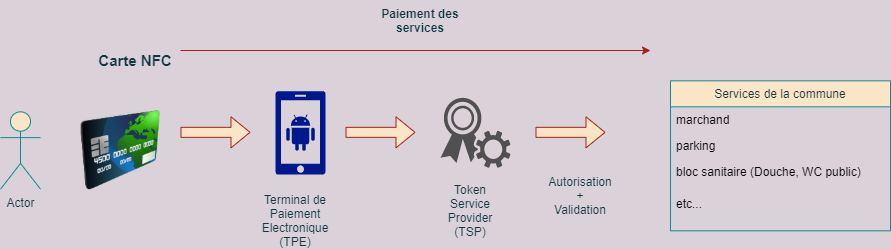
This is image/Untitled Diagram.png from vetsonombana/diagram, a draw.io export, as it was before one commit. Source tidied: cells renumbered, new cells last; positions are measured from the earlier drawing's top-left corner, leaving out a move shared by most shapes. Source of this version:
```xml
<mxGraphModel background="#DAD2D8">
  <root>
    <mxCell id="0" />
    <mxCell id="1" parent="0" />
    <mxCell id="2" value="Actor" style="shape=umlActor;verticalLabelPosition=bottom;verticalAlign=top;html=1;fillColor=#FAE5C7;strokeColor=#0F8B8D;fontColor=#143642;" parent="1" vertex="1">
      <mxGeometry y="111.3" width="40" height="77.3" as="geometry" />
    </mxCell>
    <mxCell id="3" style="image;html=1;image=img/lib/clip_art/finance/Credit_Card_128x128.png;labelBackgroundColor=#DAD2D8;fillColor=#FAE5C7;strokeColor=#0F8B8D;fontColor=#143642;" parent="1" vertex="1">
      <mxGeometry x="80" y="110" width="80" height="80" as="geometry" />
    </mxCell>
    <mxCell id="4" value="&lt;b&gt;&lt;font style=&quot;font-size: 15px&quot;&gt;Carte NFC&lt;/font&gt;&lt;/b&gt;" style="text;html=1;strokeColor=none;fillColor=none;align=center;verticalAlign=middle;whiteSpace=wrap;rounded=0;sketch=0;fontColor=#143642;" parent="1" vertex="1">
      <mxGeometry x="90" y="50" width="90" height="20" as="geometry" />
    </mxCell>
    <mxCell id="5" style="shape=flexArrow;endArrow=classic;html=1;fontColor=#143642;strokeColor=#A8201A;fillColor=#FAE5C7;" parent="1" edge="1">
      <mxGeometry relative="1" as="geometry">
        <mxPoint x="180" y="131.8" as="sourcePoint" />
        <mxPoint x="250" y="131.8" as="targetPoint" />
      </mxGeometry>
    </mxCell>
    <mxCell id="6" value="Services de la commune" style="swimlane;fontStyle=0;horizontal=1;startSize=26;rounded=0;sketch=0;fontColor=#143642;strokeColor=#0F8B8D;fillColor=#FAE5C7;" parent="1" vertex="1">
      <mxGeometry x="670" y="80.3" width="220" height="150" as="geometry" />
    </mxCell>
    <mxCell id="7" value="marchand" style="text;strokeColor=none;fillColor=none;align=left;verticalAlign=top;spacingLeft=4;spacingRight=4;overflow=hidden;" parent="6" vertex="1">
      <mxGeometry y="26" width="220" height="26" as="geometry" />
    </mxCell>
    <mxCell id="8" value="parking" style="text;strokeColor=none;fillColor=none;align=left;verticalAlign=top;spacingLeft=4;spacingRight=4;overflow=hidden;" parent="6" vertex="1">
      <mxGeometry y="52" width="220" height="26" as="geometry" />
    </mxCell>
    <mxCell id="9" value="bloc sanitaire (Douche, WC public)" style="text;strokeColor=none;fillColor=none;align=left;verticalAlign=top;spacingLeft=4;spacingRight=4;overflow=hidden;" parent="6" vertex="1">
      <mxGeometry y="78" width="220" height="32" as="geometry" />
    </mxCell>
    <mxCell id="10" value="etc..." style="text;strokeColor=none;fillColor=none;align=left;verticalAlign=top;spacingLeft=4;spacingRight=4;overflow=hidden;" parent="6" vertex="1">
      <mxGeometry y="110" width="220" height="40" as="geometry" />
    </mxCell>
    <mxCell id="11" value="&lt;b&gt;Paiement des services&lt;/b&gt;" style="text;html=1;strokeColor=none;fillColor=none;align=center;verticalAlign=middle;whiteSpace=wrap;rounded=0;sketch=0;fontColor=#143642;" parent="1" vertex="1">
      <mxGeometry x="380" width="80" height="40" as="geometry" />
    </mxCell>
    <mxCell id="12" style="shadow=0;dashed=0;html=1;strokeColor=none;labelPosition=center;verticalLabelPosition=bottom;verticalAlign=top;align=center;fillColor=#00188D;shape=mxgraph.mscae.enterprise.android_phone;rounded=0;sketch=0;fontColor=#143642;" parent="1" vertex="1">
      <mxGeometry x="275" y="90.7" width="50" height="83.3" as="geometry" />
    </mxCell>
    <mxCell id="13" value="Terminal de Paiement Electronique (TPE)&lt;br&gt;" style="text;html=1;strokeColor=none;fillColor=none;align=center;verticalAlign=middle;whiteSpace=wrap;rounded=0;sketch=0;fontColor=#143642;" parent="1" vertex="1">
      <mxGeometry x="275" y="210" width="40" height="20" as="geometry" />
    </mxCell>
    <mxCell id="14" style="shape=flexArrow;endArrow=classic;html=1;fontColor=#143642;strokeColor=#A8201A;fillColor=#FAE5C7;" parent="1" edge="1">
      <mxGeometry relative="1" as="geometry">
        <mxPoint x="345" y="131.8" as="sourcePoint" />
        <mxPoint x="415" y="131.8" as="targetPoint" />
      </mxGeometry>
    </mxCell>
    <mxCell id="15" style="shadow=0;dashed=0;html=1;strokeColor=none;fillColor=#505050;labelPosition=center;verticalLabelPosition=bottom;verticalAlign=top;align=center;shape=mxgraph.office.security.token_service;rounded=0;sketch=0;fontColor=#143642;" parent="1" vertex="1">
      <mxGeometry x="440" y="97.3" width="70" height="70" as="geometry" />
    </mxCell>
    <mxCell id="16" value="Token Service Provider&lt;br&gt;(TSP)" style="text;html=1;strokeColor=none;fillColor=none;align=center;verticalAlign=middle;whiteSpace=wrap;rounded=0;sketch=0;fontColor=#143642;" parent="1" vertex="1">
      <mxGeometry x="450" y="200" width="40" height="20" as="geometry" />
    </mxCell>
    <mxCell id="17" style="shape=flexArrow;endArrow=classic;html=1;fontColor=#143642;strokeColor=#A8201A;fillColor=#FAE5C7;" parent="1" edge="1">
      <mxGeometry relative="1" as="geometry">
        <mxPoint x="535" y="131.8" as="sourcePoint" />
        <mxPoint x="605" y="131.8" as="targetPoint" />
      </mxGeometry>
    </mxCell>
    <mxCell id="18" value="Autorisation&lt;br&gt;+&lt;br&gt;Validation" style="text;html=1;strokeColor=none;fillColor=none;align=center;verticalAlign=middle;whiteSpace=wrap;rounded=0;sketch=0;fontColor=#143642;" parent="1" vertex="1">
      <mxGeometry x="510" y="160" width="140" height="70" as="geometry" />
    </mxCell>
    <mxCell id="19" style="endArrow=classic;html=1;fontColor=#143642;strokeColor=#A8201A;fillColor=#FAE5C7;exitX=1;exitY=0;exitDx=0;exitDy=0;" parent="1" edge="1" source="4">
      <mxGeometry relative="1" as="geometry">
        <mxPoint x="650" y="50" as="targetPoint" />
      </mxGeometry>
    </mxCell>
  </root>
</mxGraphModel>
```
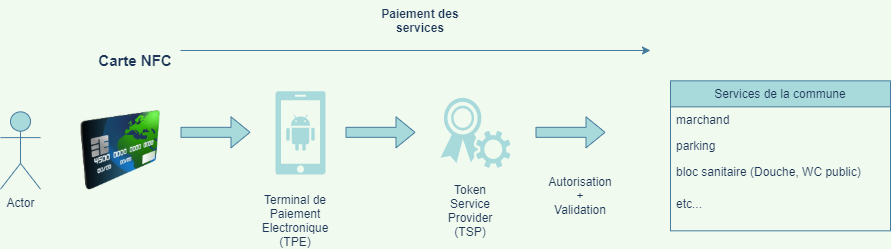
After the commit.

What changed in the source:
```diff
@@ -1,68 +1,68 @@
-<mxGraphModel background="#DAD2D8">
+<mxGraphModel background="#F1FAEE">
   <root>
     <mxCell id="0" />
     <mxCell id="1" parent="0" />
-    <mxCell id="2" value="Actor" style="shape=umlActor;verticalLabelPosition=bottom;verticalAlign=top;html=1;fillColor=#FAE5C7;strokeColor=#0F8B8D;fontColor=#143642;" parent="1" vertex="1">
+    <mxCell id="2" value="Actor" style="shape=umlActor;verticalLabelPosition=bottom;verticalAlign=top;html=1;fillColor=#A8DADC;strokeColor=#457B9D;fontColor=#1D3557;" parent="1" vertex="1">
       <mxGeometry y="111.3" width="40" height="77.3" as="geometry" />
     </mxCell>
-    <mxCell id="3" style="image;html=1;image=img/lib/clip_art/finance/Credit_Card_128x128.png;labelBackgroundColor=#DAD2D8;fillColor=#FAE5C7;strokeColor=#0F8B8D;fontColor=#143642;" parent="1" vertex="1">
+    <mxCell id="3" style="image;html=1;image=img/lib/clip_art/finance/Credit_Card_128x128.png;fillColor=#A8DADC;strokeColor=#457B9D;fontColor=#1D3557;labelBackgroundColor=#F1FAEE;" parent="1" vertex="1">
       <mxGeometry x="80" y="110" width="80" height="80" as="geometry" />
     </mxCell>
-    <mxCell id="4" value="&lt;b&gt;&lt;font style=&quot;font-size: 15px&quot;&gt;Carte NFC&lt;/font&gt;&lt;/b&gt;" style="text;html=1;strokeColor=none;fillColor=none;align=center;verticalAlign=middle;whiteSpace=wrap;rounded=0;sketch=0;fontColor=#143642;" parent="1" vertex="1">
+    <mxCell id="4" value="&lt;b&gt;&lt;font style=&quot;font-size: 15px&quot;&gt;Carte NFC&lt;/font&gt;&lt;/b&gt;" style="text;html=1;strokeColor=none;fillColor=none;align=center;verticalAlign=middle;whiteSpace=wrap;rounded=0;sketch=0;fontColor=#1D3557;" parent="1" vertex="1">
       <mxGeometry x="90" y="50" width="90" height="20" as="geometry" />
     </mxCell>
-    <mxCell id="5" style="shape=flexArrow;endArrow=classic;html=1;fontColor=#143642;strokeColor=#A8201A;fillColor=#FAE5C7;" parent="1" edge="1">
+    <mxCell id="5" style="shape=flexArrow;endArrow=classic;html=1;fontColor=#1D3557;strokeColor=#457B9D;fillColor=#A8DADC;labelBackgroundColor=#F1FAEE;" parent="1" edge="1">
       <mxGeometry relative="1" as="geometry">
         <mxPoint x="180" y="131.8" as="sourcePoint" />
         <mxPoint x="250" y="131.8" as="targetPoint" />
       </mxGeometry>
     </mxCell>
-    <mxCell id="6" value="Services de la commune" style="swimlane;fontStyle=0;horizontal=1;startSize=26;rounded=0;sketch=0;fontColor=#143642;strokeColor=#0F8B8D;fillColor=#FAE5C7;" parent="1" vertex="1">
+    <mxCell id="6" value="Services de la commune" style="swimlane;fontStyle=0;horizontal=1;startSize=26;rounded=0;sketch=0;fontColor=#1D3557;strokeColor=#457B9D;fillColor=#A8DADC;" parent="1" vertex="1">
       <mxGeometry x="670" y="80.3" width="220" height="150" as="geometry" />
     </mxCell>
-    <mxCell id="7" value="marchand" style="text;strokeColor=none;fillColor=none;align=left;verticalAlign=top;spacingLeft=4;spacingRight=4;overflow=hidden;" parent="6" vertex="1">
+    <mxCell id="7" value="marchand" style="text;strokeColor=none;fillColor=none;align=left;verticalAlign=top;spacingLeft=4;spacingRight=4;overflow=hidden;fontColor=#1D3557;" parent="6" vertex="1">
       <mxGeometry y="26" width="220" height="26" as="geometry" />
     </mxCell>
-    <mxCell id="8" value="parking" style="text;strokeColor=none;fillColor=none;align=left;verticalAlign=top;spacingLeft=4;spacingRight=4;overflow=hidden;" parent="6" vertex="1">
+    <mxCell id="8" value="parking" style="text;strokeColor=none;fillColor=none;align=left;verticalAlign=top;spacingLeft=4;spacingRight=4;overflow=hidden;fontColor=#1D3557;" parent="6" vertex="1">
       <mxGeometry y="52" width="220" height="26" as="geometry" />
     </mxCell>
-    <mxCell id="9" value="bloc sanitaire (Douche, WC public)" style="text;strokeColor=none;fillColor=none;align=left;verticalAlign=top;spacingLeft=4;spacingRight=4;overflow=hidden;" parent="6" vertex="1">
+    <mxCell id="9" value="bloc sanitaire (Douche, WC public)" style="text;strokeColor=none;fillColor=none;align=left;verticalAlign=top;spacingLeft=4;spacingRight=4;overflow=hidden;fontColor=#1D3557;" parent="6" vertex="1">
       <mxGeometry y="78" width="220" height="32" as="geometry" />
     </mxCell>
-    <mxCell id="10" value="etc..." style="text;strokeColor=none;fillColor=none;align=left;verticalAlign=top;spacingLeft=4;spacingRight=4;overflow=hidden;" parent="6" vertex="1">
+    <mxCell id="10" value="etc..." style="text;strokeColor=none;fillColor=none;align=left;verticalAlign=top;spacingLeft=4;spacingRight=4;overflow=hidden;fontColor=#1D3557;" parent="6" vertex="1">
       <mxGeometry y="110" width="220" height="40" as="geometry" />
     </mxCell>
-    <mxCell id="11" value="&lt;b&gt;Paiement des services&lt;/b&gt;" style="text;html=1;strokeColor=none;fillColor=none;align=center;verticalAlign=middle;whiteSpace=wrap;rounded=0;sketch=0;fontColor=#143642;" parent="1" vertex="1">
+    <mxCell id="11" value="&lt;b&gt;Paiement des services&lt;/b&gt;" style="text;html=1;strokeColor=none;fillColor=none;align=center;verticalAlign=middle;whiteSpace=wrap;rounded=0;sketch=0;fontColor=#1D3557;" parent="1" vertex="1">
       <mxGeometry x="380" width="80" height="40" as="geometry" />
     </mxCell>
-    <mxCell id="12" style="shadow=0;dashed=0;html=1;strokeColor=none;labelPosition=center;verticalLabelPosition=bottom;verticalAlign=top;align=center;fillColor=#00188D;shape=mxgraph.mscae.enterprise.android_phone;rounded=0;sketch=0;fontColor=#143642;" parent="1" vertex="1">
+    <mxCell id="12" style="shadow=0;dashed=0;html=1;strokeColor=none;labelPosition=center;verticalLabelPosition=bottom;verticalAlign=top;align=center;fillColor=#A8DADC;shape=mxgraph.mscae.enterprise.android_phone;rounded=0;sketch=0;fontColor=#1D3557;" parent="1" vertex="1">
       <mxGeometry x="275" y="90.7" width="50" height="83.3" as="geometry" />
     </mxCell>
-    <mxCell id="13" value="Terminal de Paiement Electronique (TPE)&lt;br&gt;" style="text;html=1;strokeColor=none;fillColor=none;align=center;verticalAlign=middle;whiteSpace=wrap;rounded=0;sketch=0;fontColor=#143642;" parent="1" vertex="1">
+    <mxCell id="13" value="Terminal de Paiement Electronique (TPE)&lt;br&gt;" style="text;html=1;strokeColor=none;fillColor=none;align=center;verticalAlign=middle;whiteSpace=wrap;rounded=0;sketch=0;fontColor=#1D3557;" parent="1" vertex="1">
       <mxGeometry x="275" y="210" width="40" height="20" as="geometry" />
     </mxCell>
-    <mxCell id="14" style="shape=flexArrow;endArrow=classic;html=1;fontColor=#143642;strokeColor=#A8201A;fillColor=#FAE5C7;" parent="1" edge="1">
+    <mxCell id="14" style="shape=flexArrow;endArrow=classic;html=1;fontColor=#1D3557;strokeColor=#457B9D;fillColor=#A8DADC;labelBackgroundColor=#F1FAEE;" parent="1" edge="1">
       <mxGeometry relative="1" as="geometry">
         <mxPoint x="345" y="131.8" as="sourcePoint" />
         <mxPoint x="415" y="131.8" as="targetPoint" />
       </mxGeometry>
     </mxCell>
-    <mxCell id="15" style="shadow=0;dashed=0;html=1;strokeColor=none;fillColor=#505050;labelPosition=center;verticalLabelPosition=bottom;verticalAlign=top;align=center;shape=mxgraph.office.security.token_service;rounded=0;sketch=0;fontColor=#143642;" parent="1" vertex="1">
+    <mxCell id="15" style="shadow=0;dashed=0;html=1;strokeColor=none;fillColor=#A8DADC;labelPosition=center;verticalLabelPosition=bottom;verticalAlign=top;align=center;shape=mxgraph.office.security.token_service;rounded=0;sketch=0;fontColor=#1D3557;" parent="1" vertex="1">
       <mxGeometry x="440" y="97.3" width="70" height="70" as="geometry" />
     </mxCell>
-    <mxCell id="16" value="Token Service Provider&lt;br&gt;(TSP)" style="text;html=1;strokeColor=none;fillColor=none;align=center;verticalAlign=middle;whiteSpace=wrap;rounded=0;sketch=0;fontColor=#143642;" parent="1" vertex="1">
+    <mxCell id="16" value="Token Service Provider&lt;br&gt;(TSP)" style="text;html=1;strokeColor=none;fillColor=none;align=center;verticalAlign=middle;whiteSpace=wrap;rounded=0;sketch=0;fontColor=#1D3557;" parent="1" vertex="1">
       <mxGeometry x="450" y="200" width="40" height="20" as="geometry" />
     </mxCell>
-    <mxCell id="17" style="shape=flexArrow;endArrow=classic;html=1;fontColor=#143642;strokeColor=#A8201A;fillColor=#FAE5C7;" parent="1" edge="1">
+    <mxCell id="17" style="shape=flexArrow;endArrow=classic;html=1;fontColor=#1D3557;strokeColor=#457B9D;fillColor=#A8DADC;labelBackgroundColor=#F1FAEE;" parent="1" edge="1">
       <mxGeometry relative="1" as="geometry">
         <mxPoint x="535" y="131.8" as="sourcePoint" />
         <mxPoint x="605" y="131.8" as="targetPoint" />
       </mxGeometry>
     </mxCell>
-    <mxCell id="18" value="Autorisation&lt;br&gt;+&lt;br&gt;Validation" style="text;html=1;strokeColor=none;fillColor=none;align=center;verticalAlign=middle;whiteSpace=wrap;rounded=0;sketch=0;fontColor=#143642;" parent="1" vertex="1">
+    <mxCell id="18" value="Autorisation&lt;br&gt;+&lt;br&gt;Validation" style="text;html=1;strokeColor=none;fillColor=none;align=center;verticalAlign=middle;whiteSpace=wrap;rounded=0;sketch=0;fontColor=#1D3557;" parent="1" vertex="1">
       <mxGeometry x="510" y="160" width="140" height="70" as="geometry" />
     </mxCell>
-    <mxCell id="19" style="endArrow=classic;html=1;fontColor=#143642;strokeColor=#A8201A;fillColor=#FAE5C7;exitX=1;exitY=0;exitDx=0;exitDy=0;" parent="1" edge="1" source="4">
+    <mxCell id="19" style="endArrow=classic;html=1;fontColor=#1D3557;strokeColor=#457B9D;fillColor=#A8DADC;exitX=1;exitY=0;exitDx=0;exitDy=0;labelBackgroundColor=#F1FAEE;" parent="1" edge="1" source="4">
       <mxGeometry relative="1" as="geometry">
         <mxPoint x="650" y="50" as="targetPoint" />
       </mxGeometry>
```
